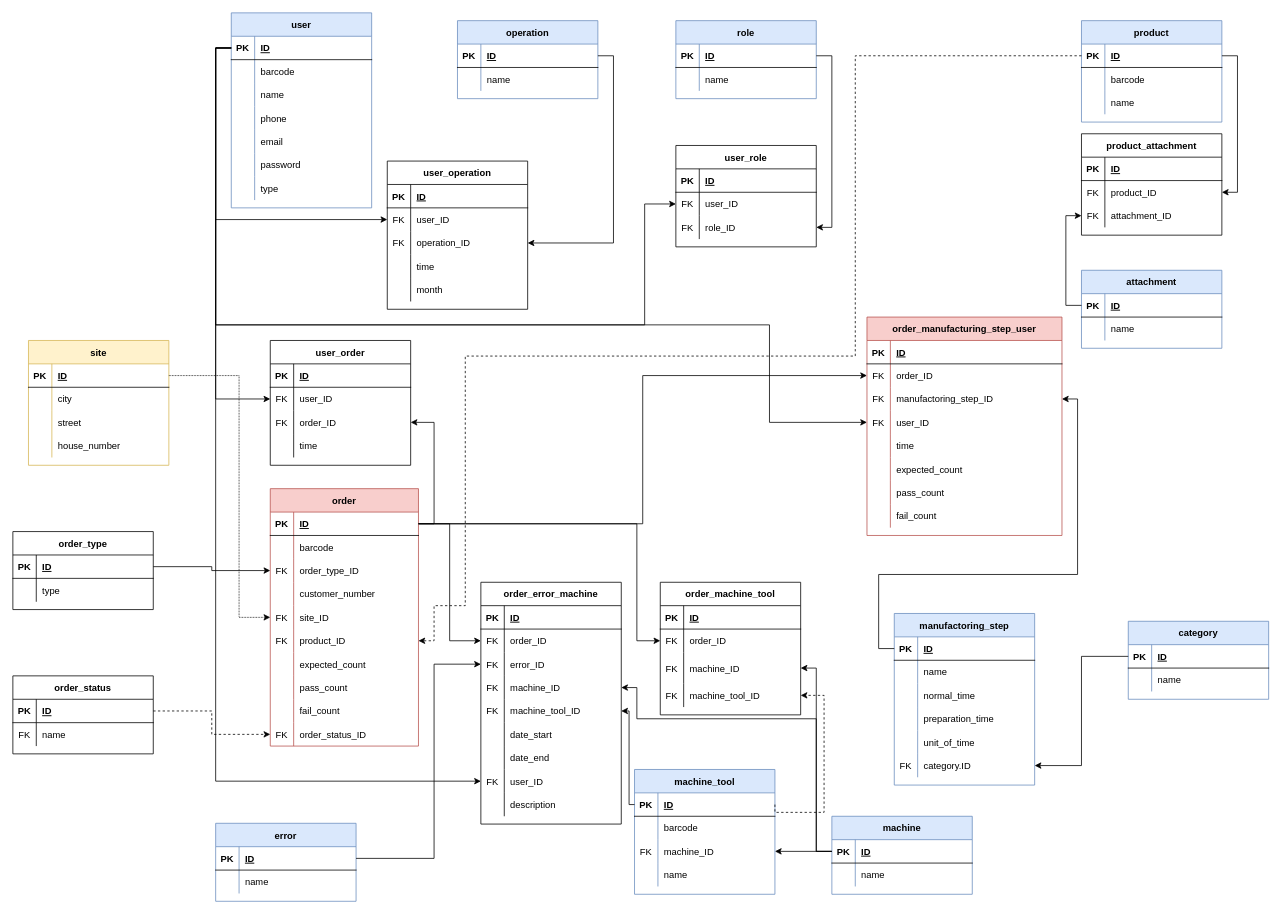
Above: DOC/diagrams/database_plan_2_0_0.drawio in KerteszZoltan/mesterminal (draw.io), before the change. Source tidied: cells renumbered, new cells numbered last; positions are measured from the earlier drawing's top-left corner, leaving out a move shared by most shapes. Both pictures are drawn from the tidied source at 78%, with x=0, y=0 at pixel (12, 12).
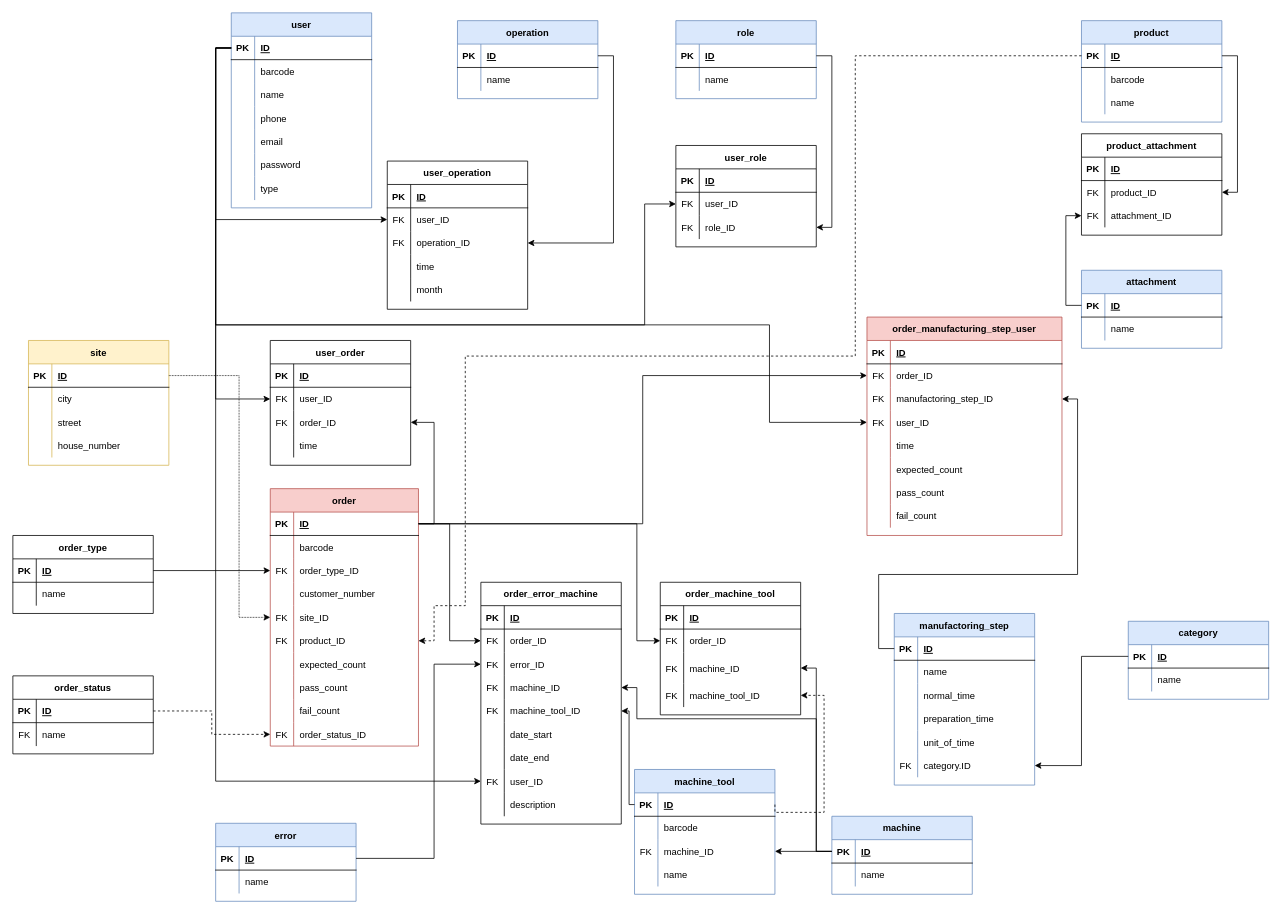
The same diagram, later.

Commit message:
order_type name change

The change refers to these unchanged cells:
```xml
<mxCell id="300" style="shape=partialRectangle;fillColor=none;top=0;left=0;bottom=0;right=0;" parent="296" vertex="1">
  <mxGeometry y="60" width="180" height="30" as="geometry" />
</mxCell>
```

Change to the diagram source:
```diff
@@
     <mxCell id="296" value="order_type" style="shape=table;startSize=30;childLayout=tableLayout;rowLines=0;fontStyle=1;align=center;" parent="1" vertex="1">
-      <mxGeometry y="665" width="180" height="100" as="geometry" />
+      <mxGeometry y="670" width="180" height="100" as="geometry" />
     </mxCell>
@@
-    <mxCell id="302" value="type" style="shape=partialRectangle;fillColor=none;top=0;left=0;bottom=0;right=0;align=left;spacingLeft=6;overflow=hidden;" parent="300" vertex="1">
+    <mxCell id="302" value="name" style="shape=partialRectangle;fillColor=none;top=0;left=0;bottom=0;right=0;align=left;spacingLeft=6;overflow=hidden;" parent="300" vertex="1">
       <mxGeometry x="30" width="150" height="30" as="geometry" />
     </mxCell>
```
